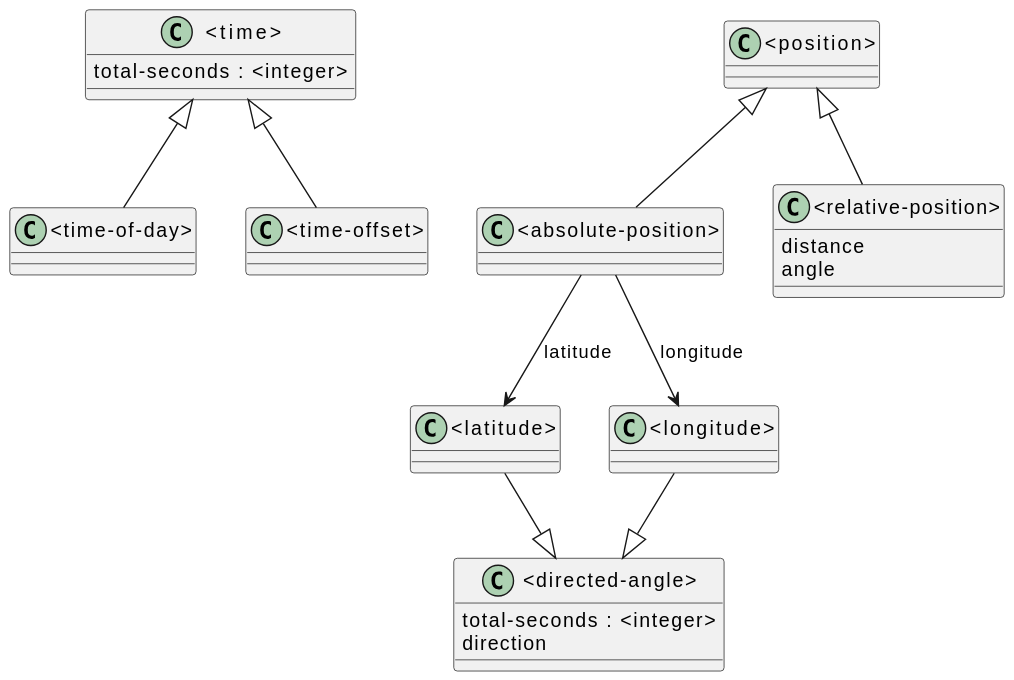
The PlantUML diagram doc/class-diagram.svg in fraya/dylan-programming-book, before a commit. The source it was exported from:
```plantuml
@startuml

class "<time>" {
      total-seconds : <integer>
}

class "<time-of-day>"
class "<time-offset>"

"<time>" <|-- "<time-of-day>"
"<time>" <|-- "<time-offset>"

class "<directed-angle>" {
      total-seconds : <integer>
      direction
}

class "<latitude>"
class "<longitude>"

"<latitude>"  --|> "<directed-angle>"
"<longitude>" --|> "<directed-angle>"

class "<position>"
class "<absolute-position>"

class "<relative-position>" {
      distance
      angle
}

"<position>" <|-- "<absolute-position>"
"<position>" <|-- "<relative-position>"

"<absolute-position>" --> "<latitude>" : latitude
"<absolute-position>" --> "<longitude>" : longitude

@enduml
```
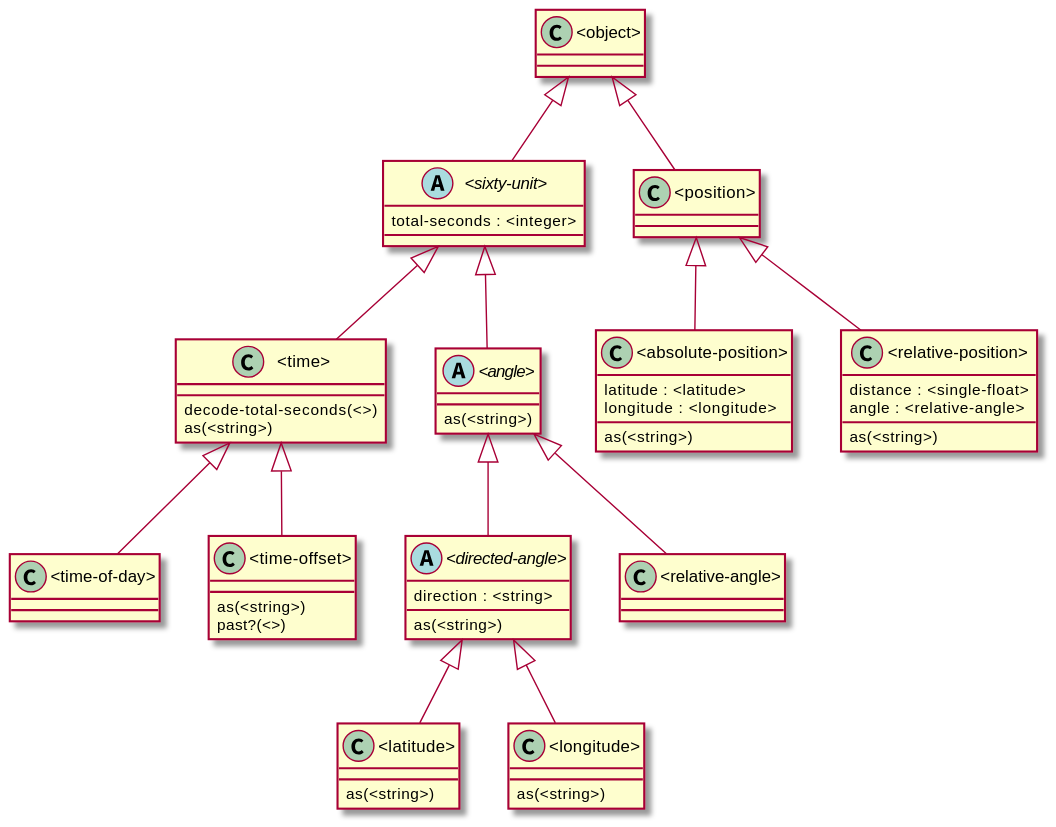
After the commit.

Commit message:
Update class diagram

What changed in the source:
```diff
@@ -1,38 +1,48 @@
 @startuml
 
-class "<time>" {
-      total-seconds : <integer>
-}
-
+class "<object>"
+abstract "<sixty-unit>"
+class "<position>"
+class "<time>"
 class "<time-of-day>"
 class "<time-offset>"
-
-"<time>" <|-- "<time-of-day>"
-"<time>" <|-- "<time-offset>"
-
-class "<directed-angle>" {
-      total-seconds : <integer>
-      direction
-}
-
+abstract "<angle>"
+abstract "<directed-angle>"
+class "<relative-angle>"
 class "<latitude>"
 class "<longitude>"
+class "<absolute-position>"
+class "<relative-position>"
 
-"<latitude>"  --|> "<directed-angle>"
-"<longitude>" --|> "<directed-angle>"
+"<object>"         <|-- "<sixty-unit>"
+"<object>"         <|-- "<position>"
+"<sixty-unit>"     <|-- "<time>"
+"<sixty-unit>"     <|-- "<angle>"
+"<time>"           <|-- "<time-of-day>"
+"<time>"           <|-- "<time-offset>"
+"<angle>"          <|-- "<directed-angle>"
+"<angle>"          <|-- "<relative-angle>"
+"<directed-angle>" <|-- "<latitude>"
+"<directed-angle>" <|-- "<longitude>"
+"<position>"       <|-- "<absolute-position>"
+"<position>"       <|-- "<relative-position>"
 
-class "<position>"
-class "<absolute-position>"
+"<sixty-unit>" : total-seconds : <integer>
+"<directed-angle>" : direction : <string>
+"<absolute-position>" : latitude : <latitude>
+"<absolute-position>" : longitude : <longitude>
+"<relative-position>" : distance : <single-float>
+"<relative-position>" : angle : <relative-angle>
 
-class "<relative-position>" {
-      distance
-      angle
-}
-
-"<position>" <|-- "<absolute-position>"
-"<position>" <|-- "<relative-position>"
-
-"<absolute-position>" --> "<latitude>" : latitude
-"<absolute-position>" --> "<longitude>" : longitude
+"<angle>" : as(<string>)
+"<directed-angle>" : as(<string>)
+"<latitude>" : as(<string>)
+"<longitude>" : as(<string>)
+"<absolute-position>" : as(<string>)
+"<relative-position>" : as(<string>)
+"<time>" : decode-total-seconds(<>)
+"<time>" : as(<string>)
+"<time-offset>" : as(<string>)
+"<time-offset>" : past?(<>)
 
 @enduml
```
